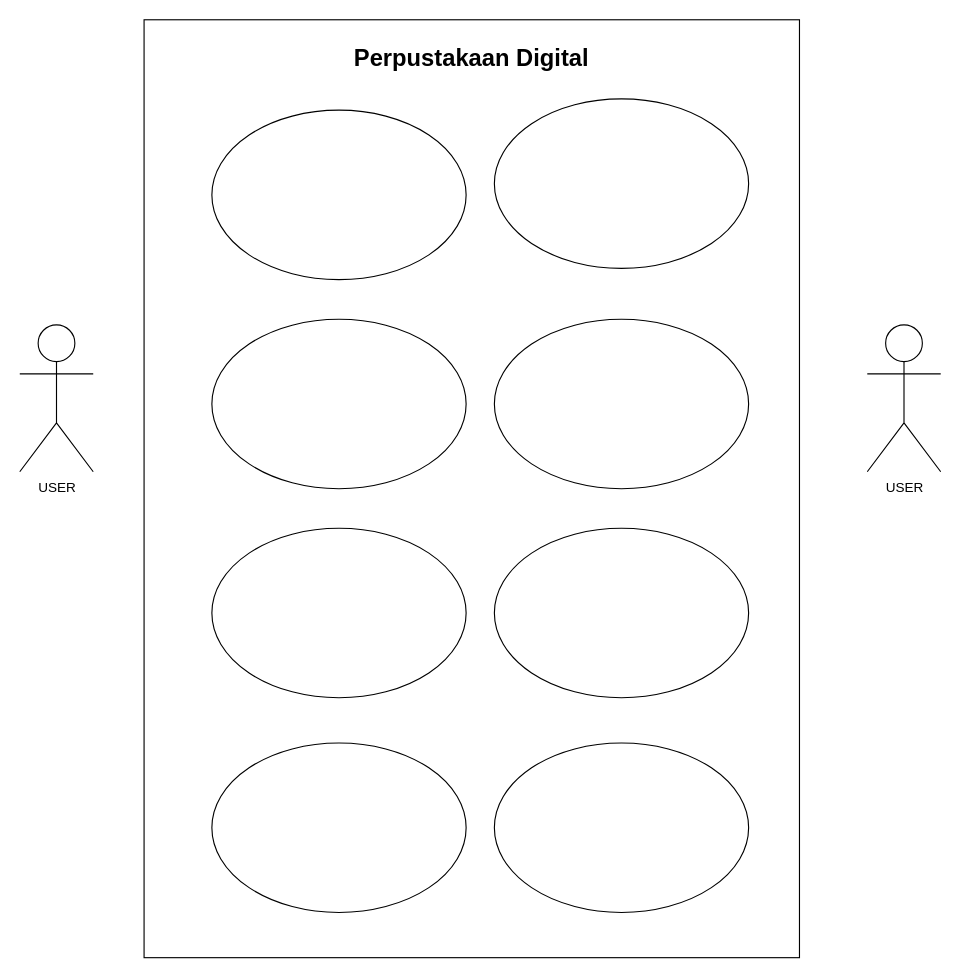
Before: perpus-digital.drawio in thehardworkers/perpus-digital, a draw.io diagram. Source tidied: cells renumbered, new cells numbered last; positions are measured from the earlier drawing's top-left corner, leaving out a move shared by most shapes. Both pictures are drawn from the tidied source at 113%, with x=0, y=0 at pixel (19, 19).
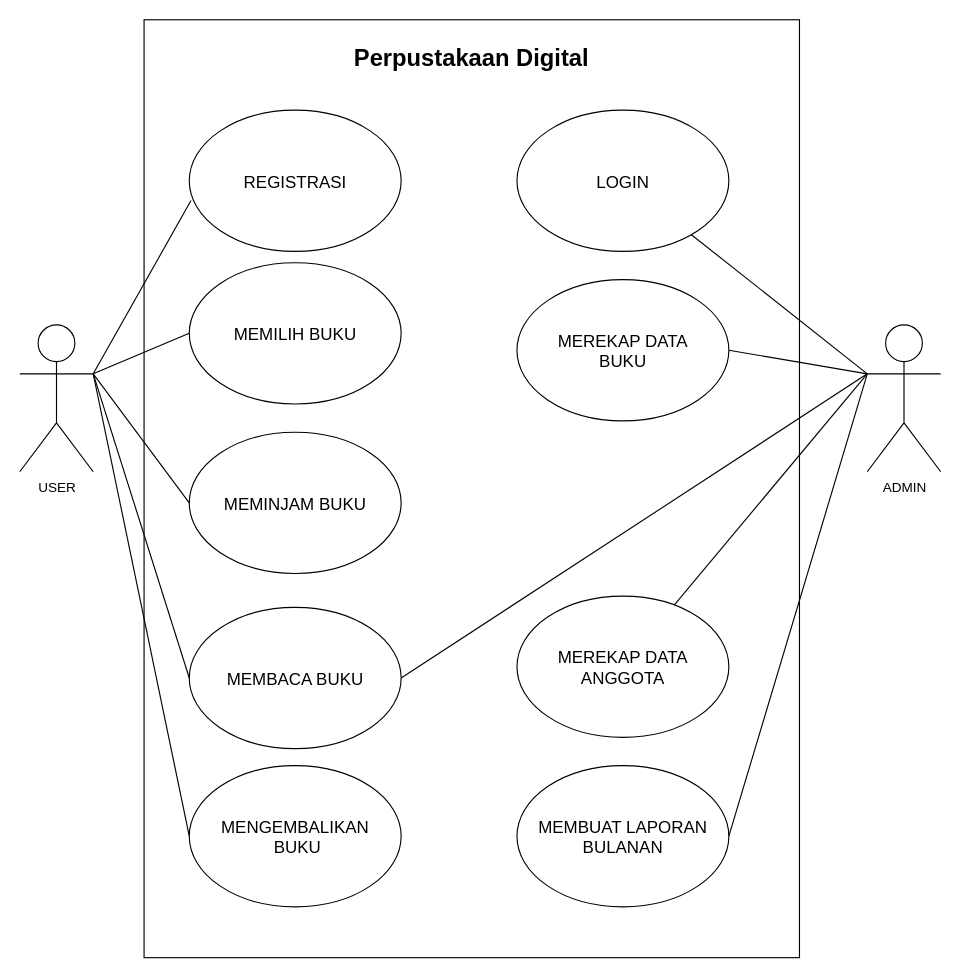
Above is the later version.

Unchanged cells that the change refers to:
```xml
<mxCell id="3" value="USER" style="shape=umlActor;verticalLabelPosition=bottom;verticalAlign=top;html=1;outlineConnect=0;" parent="1" vertex="1">
  <mxGeometry y="270" width="65" height="130" as="geometry" />
</mxCell>
```

What changed in the source:
```diff
@@
-    <mxCell id="4" style="ellipse;whiteSpace=wrap;html=1;" parent="1" vertex="1">
-      <mxGeometry x="170" y="80" width="225" height="150" as="geometry" />
-    </mxCell>
-    <mxCell id="5" style="ellipse;whiteSpace=wrap;html=1;" parent="1" vertex="1">
-      <mxGeometry x="170" y="265" width="225" height="150" as="geometry" />
-    </mxCell>
-    <mxCell id="6" style="ellipse;whiteSpace=wrap;html=1;" parent="1" vertex="1">
-      <mxGeometry x="170" y="450" width="225" height="150" as="geometry" />
-    </mxCell>
-    <mxCell id="7" style="ellipse;whiteSpace=wrap;html=1;" parent="1" vertex="1">
-      <mxGeometry x="170" y="640" width="225" height="150" as="geometry" />
-    </mxCell>
-    <mxCell id="8" style="ellipse;whiteSpace=wrap;html=1;" parent="1" vertex="1">
-      <mxGeometry x="420" y="70" width="225" height="150" as="geometry" />
-    </mxCell>
-    <mxCell id="9" style="ellipse;whiteSpace=wrap;html=1;" parent="1" vertex="1">
-      <mxGeometry x="420" y="640" width="225" height="150" as="geometry" />
-    </mxCell>
-    <mxCell id="10" style="ellipse;whiteSpace=wrap;html=1;" parent="1" vertex="1">
-      <mxGeometry x="420" y="450" width="225" height="150" as="geometry" />
-    </mxCell>
-    <mxCell id="11" style="ellipse;whiteSpace=wrap;html=1;" parent="1" vertex="1">
-      <mxGeometry x="420" y="265" width="225" height="150" as="geometry" />
+    <mxCell id="11" value="&lt;font style=&quot;font-size: 15px;&quot;&gt;REGISTRASI&lt;/font&gt;" style="ellipse;whiteSpace=wrap;html=1;" parent="1" vertex="1">
+      <mxGeometry x="150" y="80" width="187.5" height="125" as="geometry" />
     </mxCell>
-    <mxCell id="12" value="USER" style="shape=umlActor;verticalLabelPosition=bottom;verticalAlign=top;html=1;outlineConnect=0;" parent="1" vertex="1">
+    <mxCell id="12" value="ADMIN" style="shape=umlActor;verticalLabelPosition=bottom;verticalAlign=top;html=1;outlineConnect=0;" parent="1" vertex="1">
       <mxGeometry x="750" y="270" width="65" height="130" as="geometry" />
     </mxCell>
+    <mxCell id="13" value="&lt;font style=&quot;font-size: 15px;&quot;&gt;MEMBACA BUKU&lt;/font&gt;" style="ellipse;whiteSpace=wrap;html=1;" parent="1" vertex="1">
+      <mxGeometry x="150" y="520" width="187.5" height="125" as="geometry" />
+    </mxCell>
+    <mxCell id="14" value="&lt;font style=&quot;font-size: 15px;&quot;&gt;MEMINJAM BUKU&lt;/font&gt;" style="ellipse;whiteSpace=wrap;html=1;" parent="1" vertex="1">
+      <mxGeometry x="150" y="365" width="187.5" height="125" as="geometry" />
+    </mxCell>
+    <mxCell id="15" value="&lt;font style=&quot;font-size: 15px;&quot;&gt;MEMILIH BUKU&lt;/font&gt;" style="ellipse;whiteSpace=wrap;html=1;" parent="1" vertex="1">
+      <mxGeometry x="150" y="215" width="187.5" height="125" as="geometry" />
+    </mxCell>
+    <mxCell id="16" value="&lt;font style=&quot;font-size: 15px;&quot;&gt;MENGEMBALIKAN&lt;br&gt;&amp;nbsp;BUKU&lt;/font&gt;" style="ellipse;whiteSpace=wrap;html=1;" parent="1" vertex="1">
+      <mxGeometry x="150" y="660" width="187.5" height="125" as="geometry" />
+    </mxCell>
+    <mxCell id="17" value="&lt;font style=&quot;font-size: 15px;&quot;&gt;MEMBUAT LAPORAN&lt;br&gt;BULANAN&lt;br&gt;&lt;/font&gt;" style="ellipse;whiteSpace=wrap;html=1;" parent="1" vertex="1">
+      <mxGeometry x="440" y="660" width="187.5" height="125" as="geometry" />
+    </mxCell>
+    <mxCell id="18" value="&lt;font style=&quot;font-size: 15px;&quot;&gt;MEREKAP DATA&lt;br&gt;ANGGOTA&lt;br&gt;&lt;/font&gt;" style="ellipse;whiteSpace=wrap;html=1;" parent="1" vertex="1">
+      <mxGeometry x="440" y="510" width="187.5" height="125" as="geometry" />
+    </mxCell>
+    <mxCell id="19" value="&lt;font style=&quot;font-size: 15px;&quot;&gt;MEREKAP DATA&lt;br&gt;BUKU&lt;br&gt;&lt;/font&gt;" style="ellipse;whiteSpace=wrap;html=1;" parent="1" vertex="1">
+      <mxGeometry x="440" y="230" width="187.5" height="125" as="geometry" />
+    </mxCell>
+    <mxCell id="20" value="&lt;font style=&quot;font-size: 15px;&quot;&gt;LOGIN&lt;/font&gt;" style="ellipse;whiteSpace=wrap;html=1;" parent="1" vertex="1">
+      <mxGeometry x="440" y="80" width="187.5" height="125" as="geometry" />
+    </mxCell>
+    <mxCell id="21" style="endArrow=none;html=1;rounded=0;exitX=1;exitY=0.3333333333333333;exitDx=0;exitDy=0;exitPerimeter=0;entryX=0.008;entryY=0.64;entryDx=0;entryDy=0;entryPerimeter=0;" parent="1" edge="1" source="3" target="11">
+      <mxGeometry relative="1" as="geometry" />
+    </mxCell>
+    <mxCell id="22" style="endArrow=none;html=1;rounded=0;exitX=0;exitY=0.5;exitDx=0;exitDy=0;entryX=1;entryY=0.3333333333333333;entryDx=0;entryDy=0;entryPerimeter=0;" parent="1" edge="1" source="14" target="3">
+      <mxGeometry relative="1" as="geometry" />
+    </mxCell>
+    <mxCell id="23" style="endArrow=none;html=1;rounded=0;exitX=1;exitY=0.3333333333333333;exitDx=0;exitDy=0;exitPerimeter=0;entryX=0;entryY=0.5;entryDx=0;entryDy=0;" parent="1" edge="1" source="3" target="13">
+      <mxGeometry relative="1" as="geometry" />
+    </mxCell>
+    <mxCell id="24" style="endArrow=none;html=1;rounded=0;entryX=0;entryY=0.5;entryDx=0;entryDy=0;exitX=1;exitY=0.3333333333333333;exitDx=0;exitDy=0;exitPerimeter=0;" parent="1" edge="1" source="3" target="16">
+      <mxGeometry relative="1" as="geometry" />
+    </mxCell>
+    <mxCell id="25" style="endArrow=none;html=1;rounded=0;exitX=1;exitY=0.3333333333333333;exitDx=0;exitDy=0;exitPerimeter=0;entryX=0;entryY=0.5;entryDx=0;entryDy=0;" parent="1" edge="1" source="3" target="15">
+      <mxGeometry relative="1" as="geometry" />
+    </mxCell>
+    <mxCell id="26" style="endArrow=none;html=1;rounded=0;entryX=0;entryY=0.3333333333333333;entryDx=0;entryDy=0;entryPerimeter=0;" parent="1" edge="1" source="20" target="12">
+      <mxGeometry relative="1" as="geometry" />
+    </mxCell>
+    <mxCell id="27" style="endArrow=none;html=1;rounded=0;entryX=0;entryY=0.3333333333333333;entryDx=0;entryDy=0;entryPerimeter=0;" parent="1" edge="1" source="18" target="12">
+      <mxGeometry relative="1" as="geometry" />
+    </mxCell>
+    <mxCell id="28" style="endArrow=none;html=1;rounded=0;entryX=0;entryY=0.3333333333333333;entryDx=0;entryDy=0;entryPerimeter=0;exitX=1;exitY=0.5;exitDx=0;exitDy=0;" parent="1" edge="1" source="19" target="12">
+      <mxGeometry relative="1" as="geometry" />
+    </mxCell>
+    <mxCell id="29" style="endArrow=none;html=1;rounded=0;exitX=1;exitY=0.5;exitDx=0;exitDy=0;entryX=0;entryY=0.3333333333333333;entryDx=0;entryDy=0;entryPerimeter=0;" parent="1" edge="1" source="17" target="12">
+      <mxGeometry relative="1" as="geometry" />
+    </mxCell>
+    <mxCell id="30" style="endArrow=none;html=1;rounded=0;exitX=1;exitY=0.5;exitDx=0;exitDy=0;entryX=0;entryY=0.3333333333333333;entryDx=0;entryDy=0;entryPerimeter=0;" parent="1" edge="1" source="13" target="12">
+      <mxGeometry relative="1" as="geometry" />
+    </mxCell>
```
